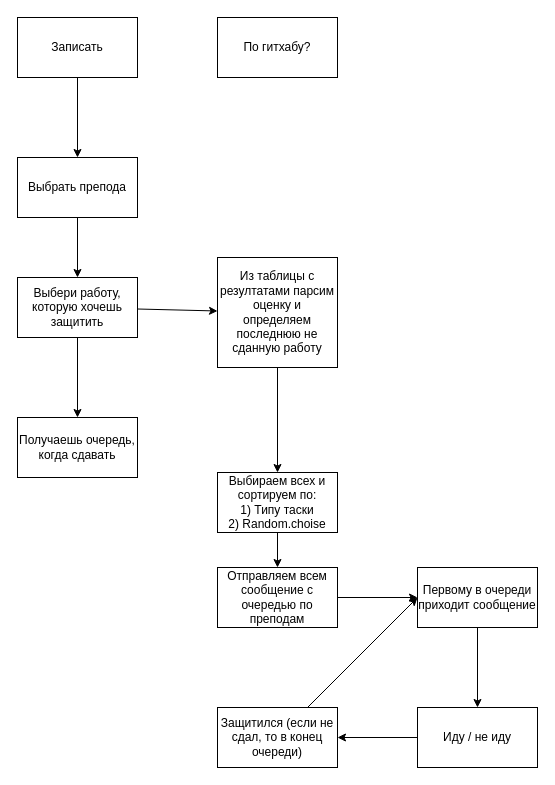
Earlier version of the draw.io diagram main.drawio (EgorTarasov/ML_checkout). Source tidied: cells renumbered, new cells numbered last; positions are measured from the earlier drawing's top-left corner, leaving out a move shared by most shapes. Both pictures are drawn from the tidied source at 100%, with x=0, y=0 at pixel (17, 17).
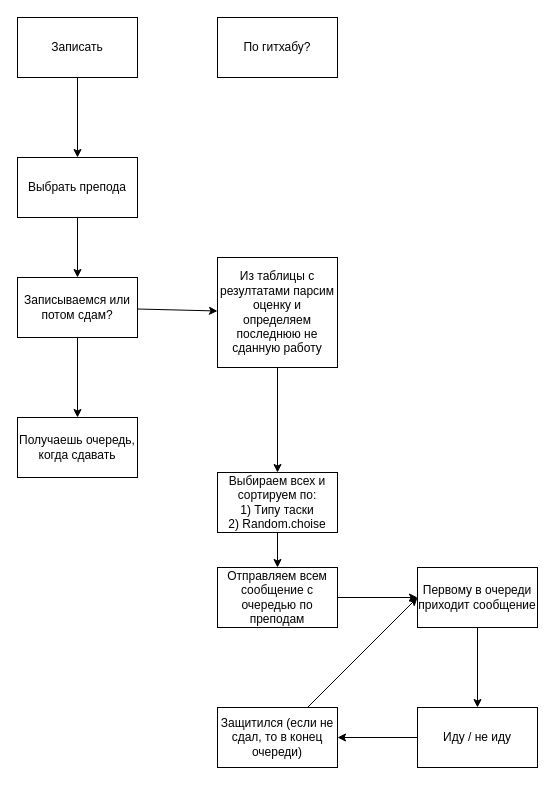
The same diagram, later.

What changed in the source:
```diff
@@
-    <mxCell id="8" value="Выбери работу, которую хочешь защитить" style="whiteSpace=wrap;html=1;rounded=0;" parent="1" vertex="1">
+    <mxCell id="8" value="Записываемся или потом сдам?" style="whiteSpace=wrap;html=1;rounded=0;" parent="1" vertex="1">
       <mxGeometry y="260" width="120" height="60" as="geometry" />
     </mxCell>
```
